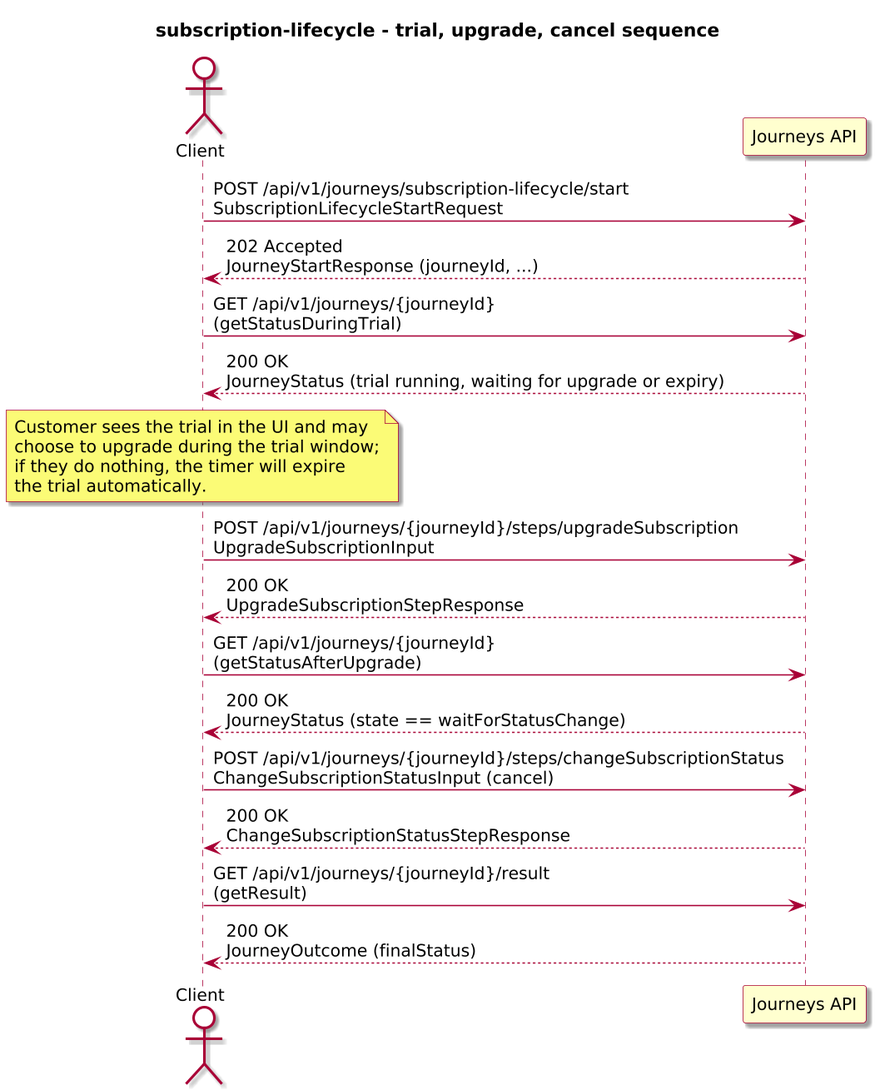
This is docs/3-reference/examples/business/subscription-lifecycle/diagrams/subscription-lifecycle-sequence.png from ivanstambuk/journeyforge, a PlantUML export, as it was before one commit. Source of this version:
```plantuml
@startuml
!include journey-diagram-theme.puml
title subscription-lifecycle - trial, upgrade, cancel sequence

actor "Client" as Client
participant "Journeys API" as Journeys

Client -> Journeys: POST /api/v1/journeys/subscription-lifecycle/start\nSubscriptionLifecycleStartRequest
Journeys --> Client: 202 Accepted\nJourneyStartResponse (journeyId, ...)

Client -> Journeys: GET /api/v1/journeys/{journeyId}\n(getStatusDuringTrial)
Journeys --> Client: 200 OK\nJourneyStatus (trial running, waiting for upgrade or expiry)

note over Client
  Customer sees the trial in the UI and may
  choose to upgrade during the trial window;
  if they do nothing, the timer will expire
  the trial automatically.
end note

Client -> Journeys: POST /api/v1/journeys/{journeyId}/steps/upgradeSubscription\nUpgradeSubscriptionInput
Journeys --> Client: 200 OK\nUpgradeSubscriptionStepResponse

Client -> Journeys: GET /api/v1/journeys/{journeyId}\n(getStatusAfterUpgrade)
Journeys --> Client: 200 OK\nJourneyStatus (state == waitForStatusChange)

Client -> Journeys: POST /api/v1/journeys/{journeyId}/steps/changeSubscriptionStatus\nChangeSubscriptionStatusInput (cancel)
Journeys --> Client: 200 OK\nChangeSubscriptionStatusStepResponse

Client -> Journeys: GET /api/v1/journeys/{journeyId}/result\n(getResult)
Journeys --> Client: 200 OK\nJourneyOutcome (finalStatus)

@enduml
```
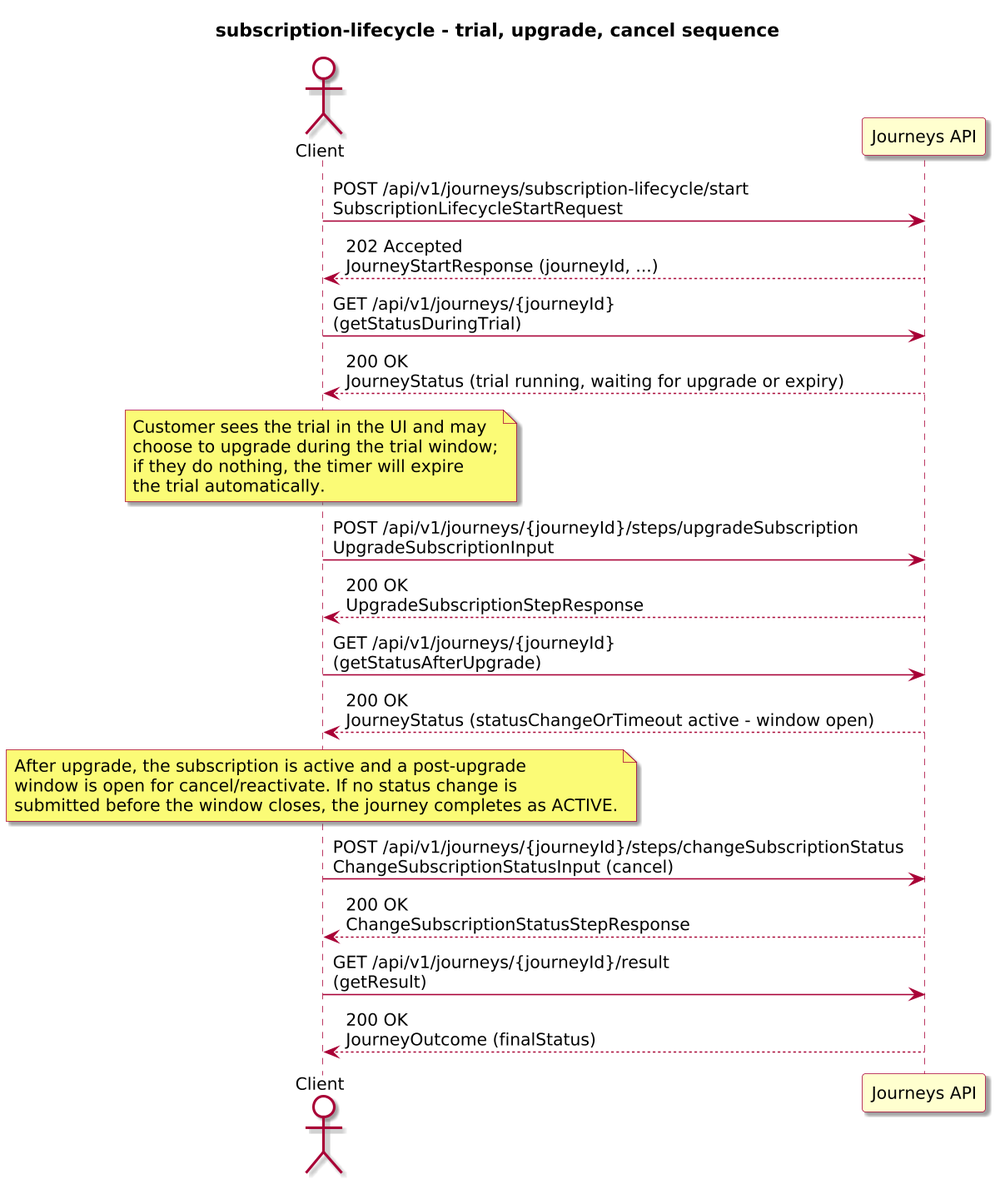
Later version of the same file.

The edit, as a diff of the source:
```diff
@@ -22,7 +22,13 @@
 Journeys --> Client: 200 OK\nUpgradeSubscriptionStepResponse
 
 Client -> Journeys: GET /api/v1/journeys/{journeyId}\n(getStatusAfterUpgrade)
-Journeys --> Client: 200 OK\nJourneyStatus (state == waitForStatusChange)
+Journeys --> Client: 200 OK\nJourneyStatus (statusChangeOrTimeout active - window open)
+
+note over Client
+  After upgrade, the subscription is active and a post-upgrade
+  window is open for cancel/reactivate. If no status change is
+  submitted before the window closes, the journey completes as ACTIVE.
+end note
 
 Client -> Journeys: POST /api/v1/journeys/{journeyId}/steps/changeSubscriptionStatus\nChangeSubscriptionStatusInput (cancel)
 Journeys --> Client: 200 OK\nChangeSubscriptionStatusStepResponse
```
